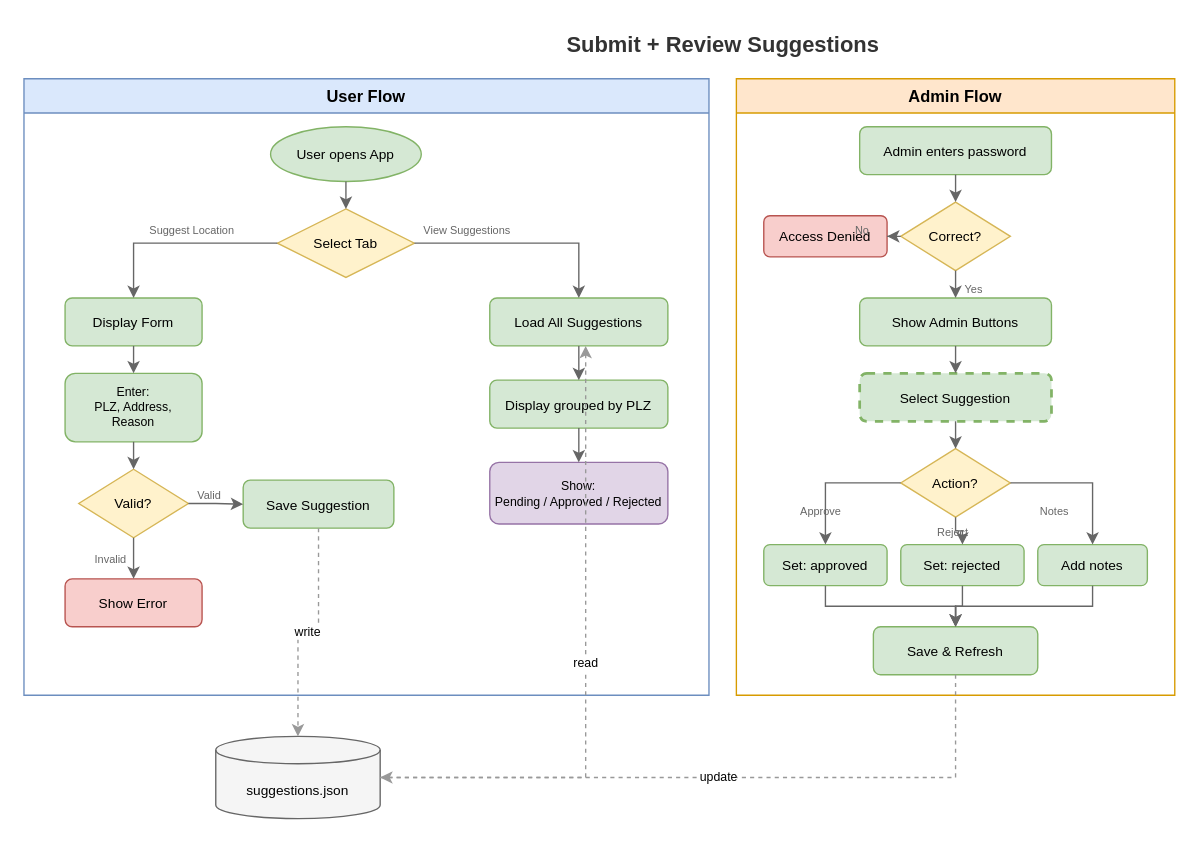
This is docs/suggestions-workflow.drawio from SamuskaAksumas/heatmap-charging-stations, a draw.io file, before an edit. Source tidied: cells renumbered, new cells numbered last; positions are measured from the earlier drawing's top-left corner, leaving out a move shared by most shapes. Both pictures are drawn from the tidied source at 137%, with x=0, y=0 at pixel (23, 23).
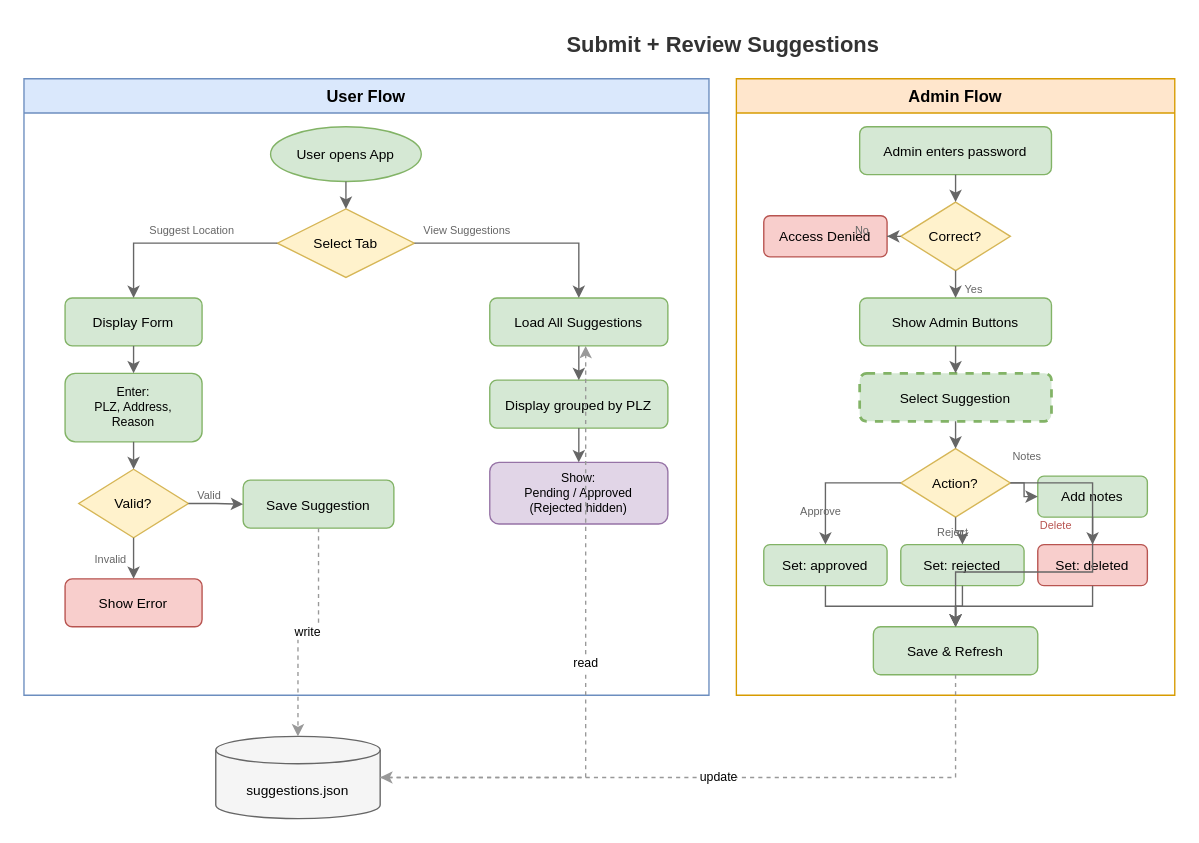
Above is the later version.

Unchanged cells that the change refers to:
```xml
<mxCell id="3" value="User Flow" style="swimlane;startSize=25;fillColor=#dae8fc;strokeColor=#6c8ebf;fontStyle=1;fontSize=12;" parent="1" vertex="1">
  <mxGeometry y="40" width="500" height="450" as="geometry" />
</mxCell>
<mxCell id="27" value="Admin Flow" style="swimlane;startSize=25;fillColor=#ffe6cc;strokeColor=#d79b00;fontStyle=1;fontSize=12;" parent="1" vertex="1">
  <mxGeometry x="520" y="40" width="320" height="450" as="geometry" />
</mxCell>
<mxCell id="33" value="Action?" style="rhombus;whiteSpace=wrap;html=1;fillColor=#fff2cc;strokeColor=#d6b656;fontSize=10;" parent="27" vertex="1">
  <mxGeometry x="120" y="270" width="80" height="50" as="geometry" />
</mxCell>
<mxCell id="37" value="Save &amp; Refresh" style="rounded=1;whiteSpace=wrap;html=1;fillColor=#d5e8d4;strokeColor=#82b366;fontSize=10;" parent="27" vertex="1">
  <mxGeometry x="100" y="400" width="120" height="35" as="geometry" />
</mxCell>
```

The edit, as a diff of the source:
```diff
@@
-    <mxCell id="13" value="Show:&#10;Pending / Approved / Rejected" style="rounded=1;whiteSpace=wrap;html=1;fillColor=#e1d5e7;strokeColor=#9673a6;fontSize=9;" parent="3" vertex="1">
+    <mxCell id="13" value="Show:&#10;Pending / Approved&#10;(Rejected hidden)" style="rounded=1;whiteSpace=wrap;html=1;fillColor=#e1d5e7;strokeColor=#9673a6;fontSize=9;" parent="3" vertex="1">
       <mxGeometry x="340" y="280" width="130" height="45" as="geometry" />
     </mxCell>
@@
     <mxCell id="36" value="Add notes" style="rounded=1;whiteSpace=wrap;html=1;fillColor=#d5e8d4;strokeColor=#82b366;fontSize=10;" parent="27" vertex="1">
-      <mxGeometry x="220" y="340" width="80" height="30" as="geometry" />
+      <mxGeometry x="220" y="290" width="80" height="30" as="geometry" />
     </mxCell>
+    <mxCell id="58" value="Set: deleted" style="rounded=1;whiteSpace=wrap;html=1;fillColor=#f8cecc;strokeColor=#b85450;fontSize=10;" parent="27" vertex="1">
+      <mxGeometry x="220" y="340" width="80" height="30" as="geometry" />
+    </mxCell>
@@
     <mxCell id="50" value="Notes" style="text;fontSize=8;fontColor=#666666;" parent="27" vertex="1">
-      <mxGeometry x="220" y="305" width="35" height="15" as="geometry" />
+      <mxGeometry x="200" y="265" width="35" height="15" as="geometry" />
     </mxCell>
+    <mxCell id="59" style="edgeStyle=orthogonalEdgeStyle;rounded=0;html=1;strokeColor=#666666;endArrow=classic;" parent="27" edge="1" source="33" target="58">
+      <mxGeometry relative="1" as="geometry" />
+    </mxCell>
+    <mxCell id="60" value="Delete" style="text;fontSize=8;fontColor=#b85450;" parent="27" vertex="1">
+      <mxGeometry x="220" y="315" width="35" height="15" as="geometry" />
+    </mxCell>
@@
+    <mxCell id="61" style="edgeStyle=orthogonalEdgeStyle;rounded=0;html=1;strokeColor=#666666;endArrow=classic;" parent="27" edge="1" source="58" target="37">
+      <mxGeometry relative="1" as="geometry" />
+    </mxCell>
```
